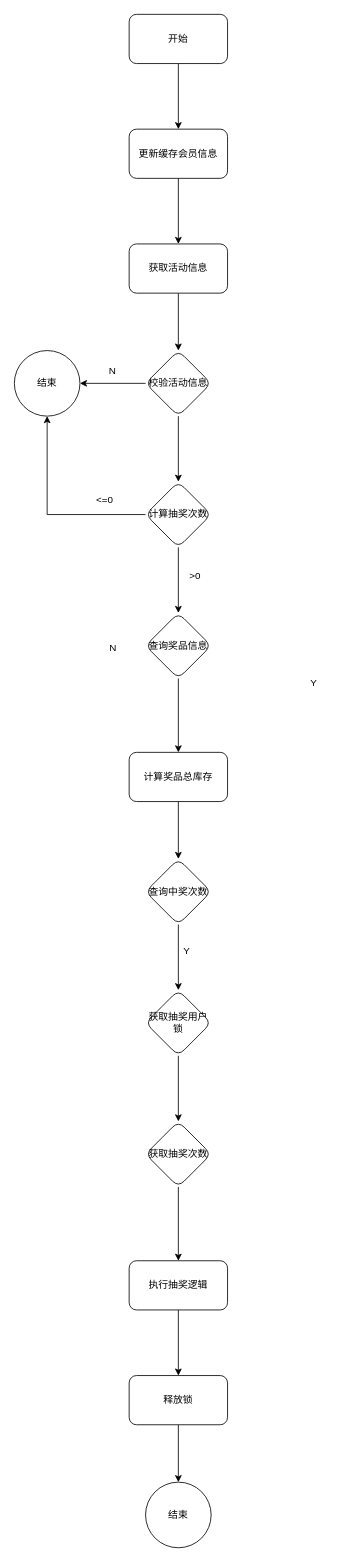
VilaNan/tsxxx.github.io keeps this draw.io diagram as page "第 3 页" (3 of 9) of Untitled Diagram.drawio. Above is the earlier version. Source tidied: cells renumbered, new cells numbered last; positions are measured from the earlier drawing's top-left corner, leaving out a move shared by most shapes. Both pictures are drawn from the tidied source at 82%, with x=0, y=0 at pixel (14, 14).
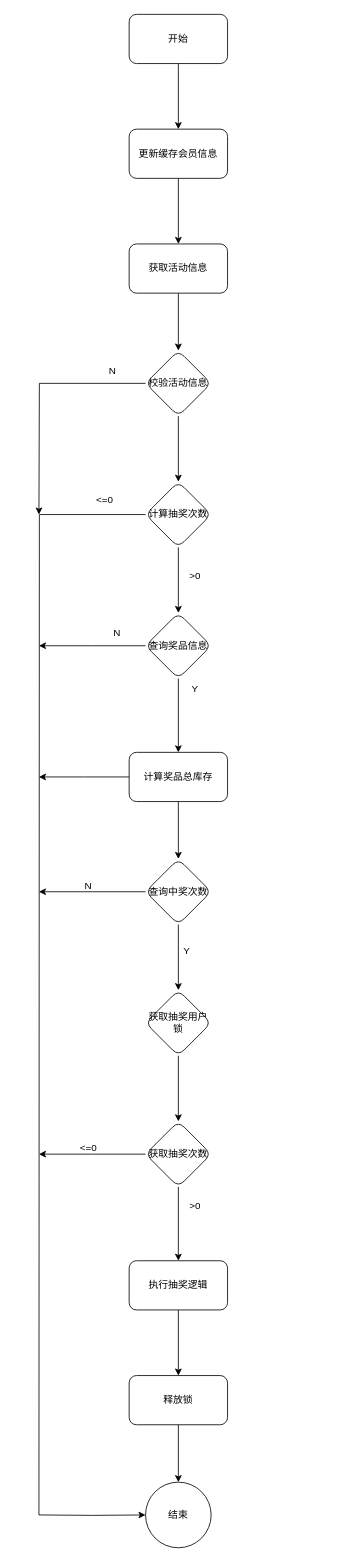
After the change.

Unchanged cells that the change refers to:
```xml
<mxCell id="10" value="校验活动信息" style="rhombus;whiteSpace=wrap;html=1;rounded=1;" parent="1" vertex="1">
  <mxGeometry x="160" y="410" width="80" height="80" as="geometry" />
</mxCell>
<mxCell id="15" value="计算抽奖次数" style="rhombus;whiteSpace=wrap;html=1;rounded=1;" parent="1" vertex="1">
  <mxGeometry x="160" y="570" width="80" height="80" as="geometry" />
</mxCell>
<mxCell id="19" value="查询奖品信息" style="rhombus;whiteSpace=wrap;html=1;rounded=1;" parent="1" vertex="1">
  <mxGeometry x="160" y="730" width="80" height="80" as="geometry" />
</mxCell>
<mxCell id="23" value="计算奖品总库存" style="whiteSpace=wrap;html=1;rounded=1;" parent="1" vertex="1">
  <mxGeometry x="140" y="900" width="120" height="60" as="geometry" />
</mxCell>
<mxCell id="25" value="查询中奖次数" style="rhombus;whiteSpace=wrap;html=1;rounded=1;" parent="1" vertex="1">
  <mxGeometry x="160" y="1030" width="80" height="80" as="geometry" />
</mxCell>
<mxCell id="30" value="获取抽奖次数" style="rhombus;whiteSpace=wrap;html=1;rounded=1;" parent="1" vertex="1">
  <mxGeometry x="160" y="1350" width="80" height="80" as="geometry" />
</mxCell>
<mxCell id="35" value="结束" style="ellipse;whiteSpace=wrap;html=1;rounded=1;" parent="1" vertex="1">
  <mxGeometry x="160" y="1790" width="80" height="80" as="geometry" />
</mxCell>
```

What changed in the source:
```diff
@@
-    <mxCell id="8" style="edgeStyle=orthogonalEdgeStyle;rounded=0;jettySize=auto;html=1;" parent="1" edge="1" source="10" target="11">
-      <mxGeometry relative="1" as="geometry" />
+    <mxCell id="8" style="edgeStyle=orthogonalEdgeStyle;rounded=0;jettySize=auto;html=1;" parent="1" edge="1" source="10">
+      <mxGeometry relative="1" as="geometry">
+        <mxPoint x="30" y="610" as="targetPoint" />
+      </mxGeometry>
     </mxCell>
@@
-    <mxCell id="11" value="结束" style="ellipse;whiteSpace=wrap;html=1;rounded=1;" parent="1" vertex="1">
-      <mxGeometry y="410" width="80" height="80" as="geometry" />
-    </mxCell>
@@
-    <mxCell id="13" style="edgeStyle=orthogonalEdgeStyle;rounded=0;jettySize=auto;html=1;entryX=0.5;entryY=1;entryDx=0;entryDy=0;" parent="1" edge="1" source="15" target="11">
-      <mxGeometry relative="1" as="geometry" />
+    <mxCell id="13" style="edgeStyle=orthogonalEdgeStyle;rounded=0;jettySize=auto;html=1;endArrow=none;endFill=0;" parent="1" edge="1" source="15">
+      <mxGeometry relative="1" as="geometry">
+        <mxPoint x="30" y="1830" as="targetPoint" />
+      </mxGeometry>
     </mxCell>
@@
+    <mxCell id="36" style="edgeStyle=orthogonalEdgeStyle;rounded=0;jettySize=auto;html=1;" parent="1" edge="1" source="19">
+      <mxGeometry relative="1" as="geometry">
+        <mxPoint x="30" y="770" as="targetPoint" />
+      </mxGeometry>
+    </mxCell>
@@
-    <mxCell id="20" value="Y" style="text;html=1;align=center;verticalAlign=middle;strokeColor=none;fillColor=none;" parent="1" vertex="1">
-      <mxGeometry x="350" y="800" width="30" height="30" as="geometry" />
-    </mxCell>
     <mxCell id="21" value="N" style="text;html=1;align=center;verticalAlign=middle;strokeColor=none;fillColor=none;" parent="1" vertex="1">
-      <mxGeometry x="105" y="758" width="30" height="30" as="geometry" />
+      <mxGeometry x="110" y="740" width="30" height="30" as="geometry" />
     </mxCell>
@@
+    <mxCell id="37" style="edgeStyle=orthogonalEdgeStyle;rounded=0;jettySize=auto;html=1;" parent="1" edge="1" source="23">
+      <mxGeometry relative="1" as="geometry">
+        <mxPoint x="30" y="930" as="targetPoint" />
+      </mxGeometry>
+    </mxCell>
@@
+    <mxCell id="38" style="edgeStyle=orthogonalEdgeStyle;rounded=0;jettySize=auto;html=1;" parent="1" edge="1" source="25">
+      <mxGeometry relative="1" as="geometry">
+        <mxPoint x="30" y="1070" as="targetPoint" />
+      </mxGeometry>
+    </mxCell>
@@
+    <mxCell id="39" style="edgeStyle=orthogonalEdgeStyle;rounded=0;jettySize=auto;html=1;" parent="1" edge="1" source="30">
+      <mxGeometry relative="1" as="geometry">
+        <mxPoint x="30" y="1390" as="targetPoint" />
+      </mxGeometry>
+    </mxCell>
@@
+    <mxCell id="40" style="edgeStyle=orthogonalEdgeStyle;rounded=0;jettySize=auto;html=1;" parent="1" edge="1" target="35">
+      <mxGeometry relative="1" as="geometry">
+        <mxPoint x="30" y="1830" as="sourcePoint" />
+      </mxGeometry>
+    </mxCell>
@@
+    <mxCell id="41" value="&amp;gt;0" style="text;html=1;align=center;verticalAlign=middle;strokeColor=none;fillColor=none;" parent="1" vertex="1">
+      <mxGeometry x="200" y="1438" width="40" height="30" as="geometry" />
+    </mxCell>
+    <mxCell id="42" value="N" style="text;html=1;align=center;verticalAlign=middle;strokeColor=none;fillColor=none;" parent="1" vertex="1">
+      <mxGeometry x="75" y="1048" width="30" height="30" as="geometry" />
+    </mxCell>
+    <mxCell id="20" value="Y" style="text;html=1;align=center;verticalAlign=middle;strokeColor=none;fillColor=none;" parent="1" vertex="1">
+      <mxGeometry x="205" y="808" width="30" height="30" as="geometry" />
+    </mxCell>
+    <mxCell id="43" value="&amp;lt;=0" style="text;html=1;align=center;verticalAlign=middle;strokeColor=none;fillColor=none;" parent="1" vertex="1">
+      <mxGeometry x="70" y="1368" width="40" height="30" as="geometry" />
+    </mxCell>
```
